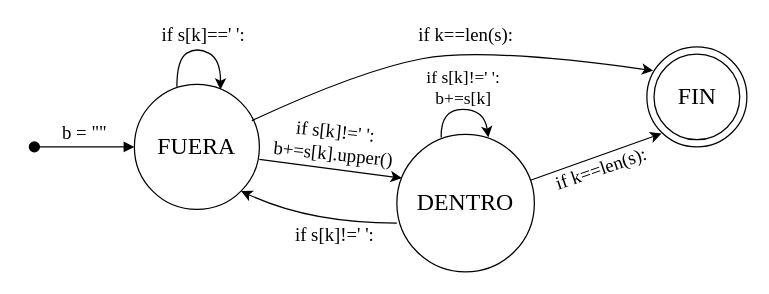
Above: Untitled Diagram.drawio in FelipeAMC-2601/Diagramas (draw.io), before the change. Source tidied: cells renumbered, new cells numbered last; positions are measured from the earlier drawing's top-left corner, leaving out a move shared by most shapes. Both pictures are drawn from the tidied source at 125%, with x=0, y=0 at pixel (34, 21).
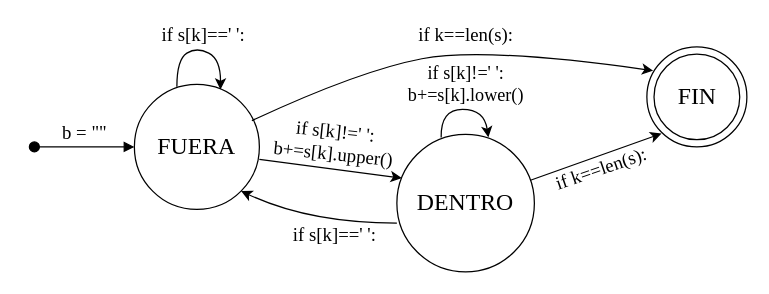
The same page after the edit.

Diff of the diagram source:
```diff
@@
-    <mxCell id="14" value="&lt;font face=&quot;Times New Roman&quot; style=&quot;font-size: 15px&quot;&gt;if s[k]!=' ':&lt;/font&gt;" style="text;html=1;align=center;verticalAlign=middle;fontColor=#000000;" parent="1" vertex="1">
+    <mxCell id="14" value="&lt;font face=&quot;Times New Roman&quot; style=&quot;font-size: 15px&quot;&gt;if s[k]==' ':&lt;/font&gt;" style="text;html=1;align=center;verticalAlign=middle;fontColor=#000000;" parent="1" vertex="1">
       <mxGeometry x="200" y="160" width="80" height="20" as="geometry" />
     </mxCell>
@@
-    <mxCell id="17" value="&lt;font face=&quot;Times New Roman&quot; style=&quot;font-size: 14px&quot;&gt;if s[k]!=' ':&lt;br&gt;&lt;/font&gt;&lt;font face=&quot;Times New Roman&quot; style=&quot;font-size: 14px&quot;&gt;b+=s[k]&lt;/font&gt;" style="text;html=1;align=center;verticalAlign=middle;fontColor=#000000;" parent="1" vertex="1">
-      <mxGeometry x="308" y="38" width="70" height="30" as="geometry" />
+    <mxCell id="17" value="&lt;font style=&quot;font-size: 14.5px&quot;&gt;&lt;font face=&quot;Times New Roman&quot; style=&quot;font-size: 14.5px&quot;&gt;if s[k]!=' ':&lt;br&gt;&lt;/font&gt;&lt;font face=&quot;Times New Roman&quot; style=&quot;font-size: 14.5px&quot;&gt;b+=s[k].lower()&lt;/font&gt;&lt;/font&gt;" style="text;html=1;align=center;verticalAlign=middle;fontColor=#000000;" parent="1" vertex="1">
+      <mxGeometry x="290" y="30" width="110" height="40" as="geometry" />
     </mxCell>
```
